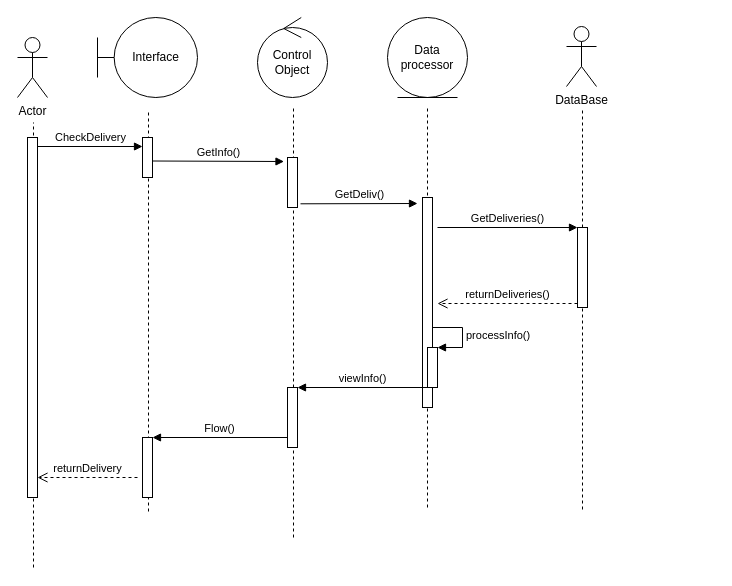
This is page "Page-1" (1 of 2) of Диаграмма без названия.drawio from MariaTolkacheva/Test-for-Tinkoff, a draw.io file, before an edit. Source tidied: cells renumbered, new cells numbered last; positions are measured from the earlier drawing's top-left corner, leaving out a move shared by most shapes. Both pictures are drawn from the tidied source at 100%, with x=0, y=0 at pixel (17, 17).
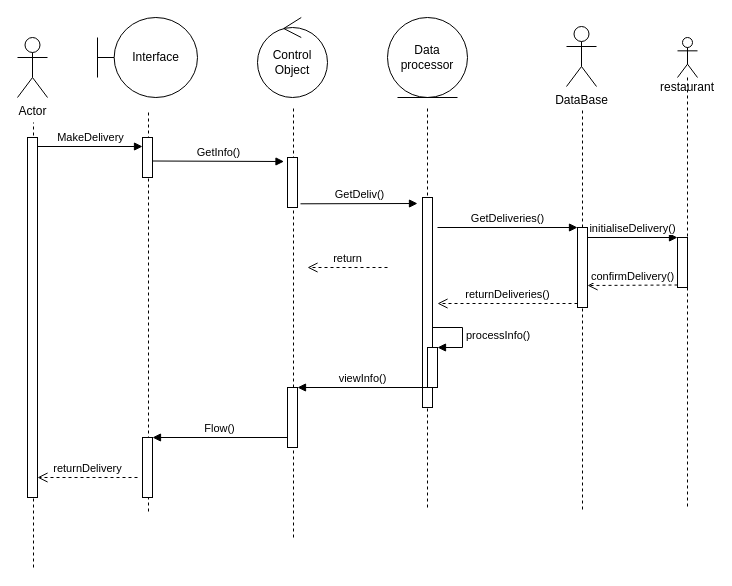
The same page after the edit.

Diff of the diagram source:
```diff
@@
-    <mxCell id="10" value="CheckDelivery" style="html=1;verticalAlign=bottom;endArrow=block;rounded=0;" parent="1" edge="1">
+    <mxCell id="10" value="MakeDelivery" style="html=1;verticalAlign=bottom;endArrow=block;rounded=0;" parent="1" edge="1">
       <mxGeometry relative="1" as="geometry">
         <mxPoint x="20" y="129" as="sourcePoint" />
         <mxPoint x="125" y="129" as="targetPoint" />
       </mxGeometry>
     </mxCell>
@@
+    <mxCell id="29" value="restaurant" style="shape=umlLifeline;participant=umlActor;perimeter=lifelinePerimeter;whiteSpace=wrap;html=1;verticalAlign=top;spacingTop=36;" parent="1" vertex="1">
+      <mxGeometry x="660" y="20" width="20" height="470" as="geometry" />
+    </mxCell>
+    <mxCell id="30" value="return" style="html=1;verticalAlign=bottom;endArrow=open;dashed=1;endSize=8;rounded=0;" parent="1" edge="1">
+      <mxGeometry relative="1" as="geometry">
+        <mxPoint x="370" y="250" as="sourcePoint" />
+        <mxPoint x="290" y="250" as="targetPoint" />
+      </mxGeometry>
+    </mxCell>
+    <mxCell id="31" style="html=1;points=[];perimeter=orthogonalPerimeter;" parent="1" vertex="1">
+      <mxGeometry x="660" y="220" width="10" height="50" as="geometry" />
+    </mxCell>
+    <mxCell id="32" value="initialiseDelivery()" style="html=1;verticalAlign=bottom;endArrow=block;entryX=0;entryY=0;rounded=0;" parent="1" edge="1" target="31">
+      <mxGeometry relative="1" as="geometry">
+        <mxPoint x="570" y="220" as="sourcePoint" />
+      </mxGeometry>
+    </mxCell>
+    <mxCell id="33" value="confirmDelivery()" style="html=1;verticalAlign=bottom;endArrow=open;dashed=1;endSize=8;exitX=0;exitY=0.95;rounded=0;" parent="1" edge="1" source="31">
+      <mxGeometry relative="1" as="geometry">
+        <mxPoint x="570" y="268" as="targetPoint" />
+      </mxGeometry>
+    </mxCell>
```
